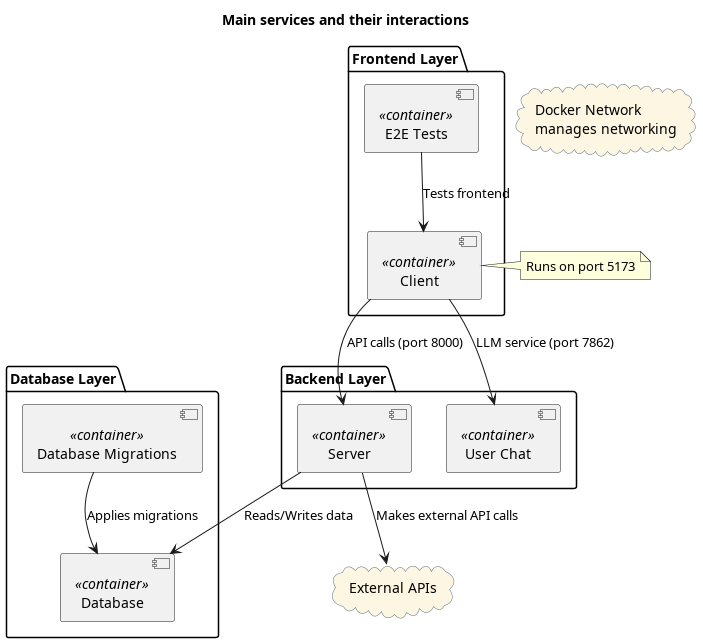
juho-a/Eprice keeps this PlantUML diagram as Documents/diagrams/images/services_diagram.png. Above is the earlier version.
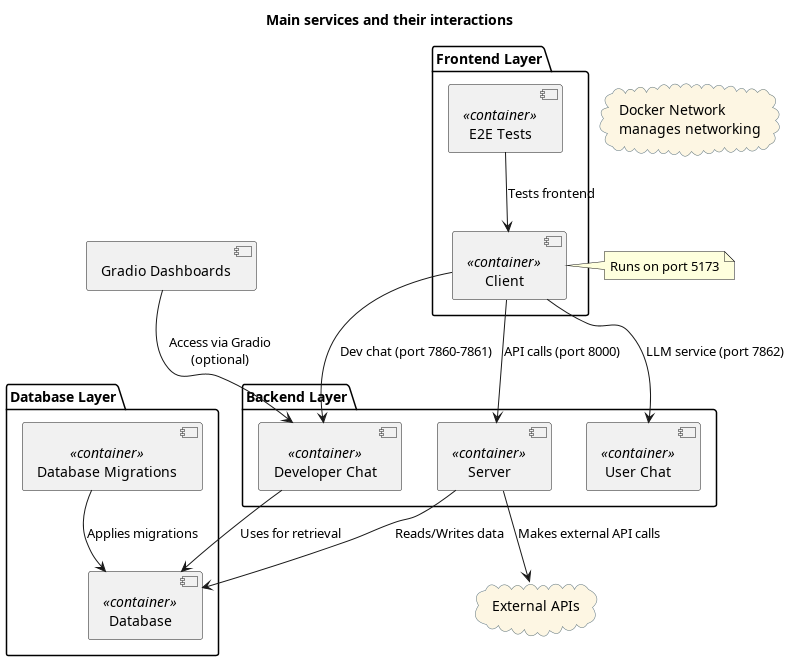
The same diagram one commit later.

The edit, as a diff of the source:
```diff
@@ -19,6 +19,7 @@
 package "Backend Layer" {
     [Server] <<container>>
     [User Chat] <<container>>
+    [Developer Chat] <<container>>
 }
 
 package "Frontend Layer" {
@@ -32,8 +33,11 @@
 [Server] --> [Database] : Reads/Writes data
 [Client] --> [Server] : API calls (port 8000)
 [Client] --> [User Chat] : LLM service (port 7862)
+[Client] --> [Developer Chat] : Dev chat (port 7860-7861)
+[Gradio Dashboards] --> [Developer Chat] : Access via Gradio\n(optional)
 [E2E Tests] --> [Client] : Tests frontend
 [Server] --> ExternalAPIs : Makes external API calls
+[Developer Chat] --> [Database] : Uses for retrieval
 
 note right of Client
 Runs on port 5173
```
